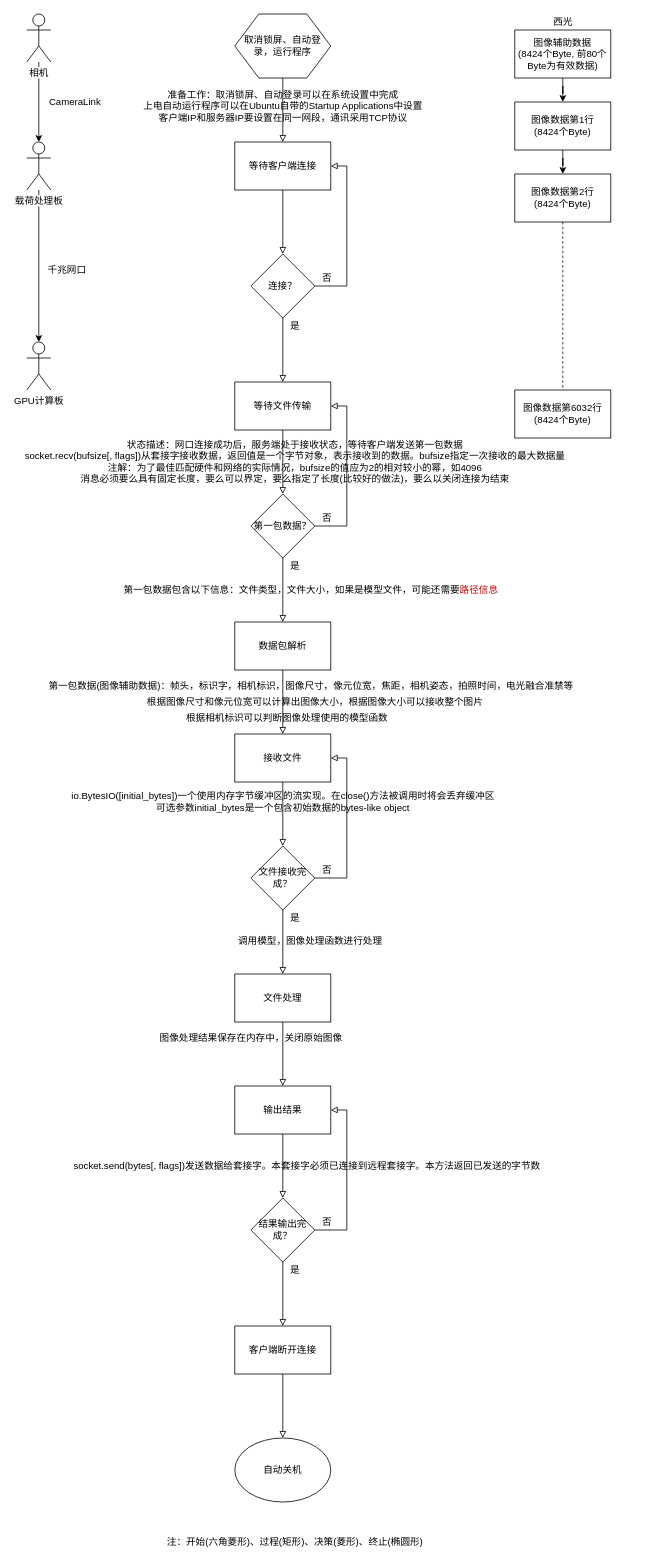
Above: 图像处理软件概要设计.drawio in hhwjsw711/image_process (draw.io), before the change. Source tidied: cells renumbered, new cells numbered last; positions are measured from the earlier drawing's top-left corner, leaving out a move shared by most shapes. Both pictures are drawn from the tidied source at 80%, with x=0, y=0 at pixel (18, 14).
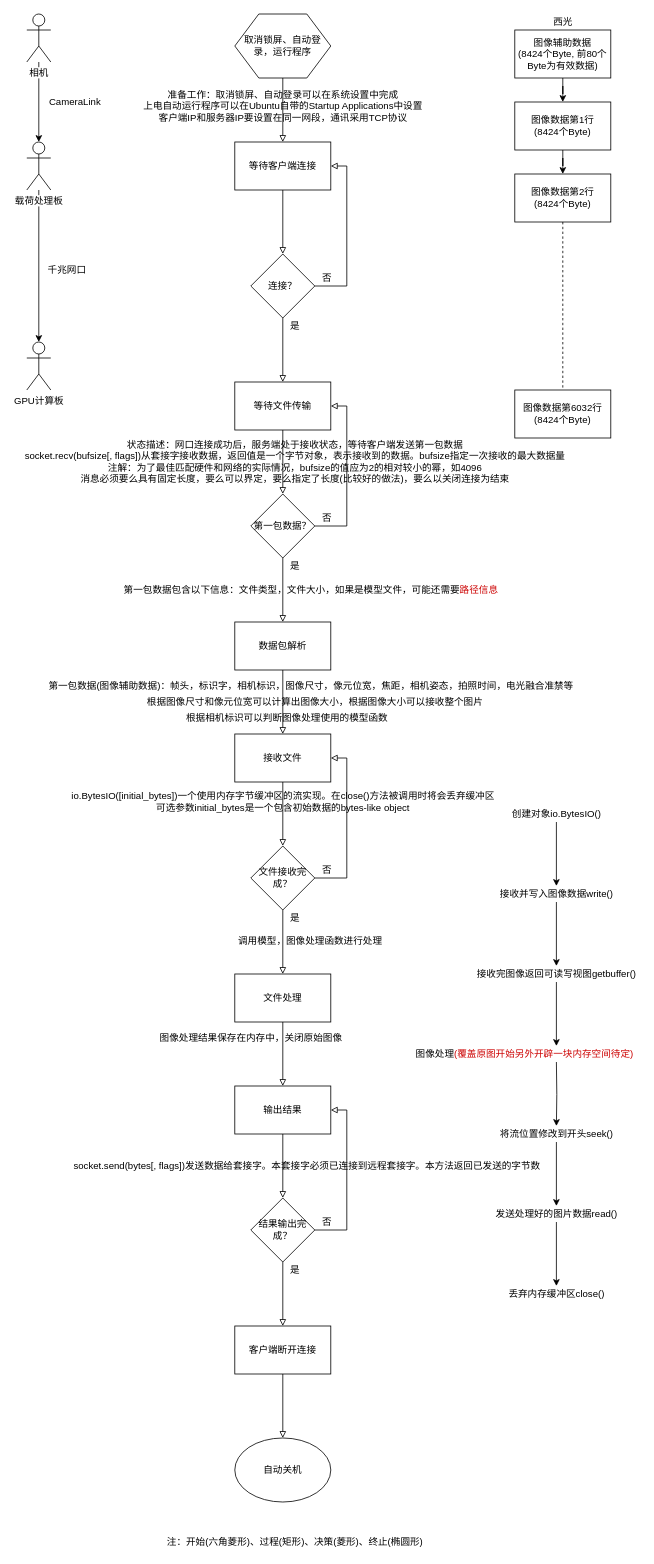
The same page after the edit.

Commit message:
更新图像处理软件概要设计.drawio

What changed in the source:
```diff
@@
+    <mxCell id="65" style="edgeStyle=orthogonalEdgeStyle;rounded=0;jettySize=auto;html=1;" parent="1" edge="1" source="66" target="68">
+      <mxGeometry relative="1" as="geometry" />
+    </mxCell>
+    <mxCell id="66" value="创建对象io.BytesIO()" style="text;html=1;align=center;verticalAlign=middle;points=[];" parent="1" vertex="1">
+      <mxGeometry x="607" y="990" width="130" height="20" as="geometry" />
+    </mxCell>
+    <mxCell id="67" style="edgeStyle=orthogonalEdgeStyle;rounded=0;jettySize=auto;html=1;" parent="1" edge="1" source="68" target="70">
+      <mxGeometry relative="1" as="geometry" />
+    </mxCell>
+    <mxCell id="68" value="接收并写入图像数据write()" style="text;html=1;align=center;verticalAlign=middle;points=[];" parent="1" vertex="1">
+      <mxGeometry x="592" y="1090" width="160" height="20" as="geometry" />
+    </mxCell>
+    <mxCell id="69" style="edgeStyle=orthogonalEdgeStyle;rounded=0;jettySize=auto;html=1;" parent="1" edge="1" source="70">
+      <mxGeometry relative="1" as="geometry">
+        <mxPoint x="672" y="1290" as="targetPoint" />
+      </mxGeometry>
+    </mxCell>
+    <mxCell id="70" value="接收完图像返回可读写视图getbuffer()" style="text;html=1;align=center;verticalAlign=middle;points=[];" parent="1" vertex="1">
+      <mxGeometry x="567" y="1190" width="210" height="20" as="geometry" />
+    </mxCell>
+    <mxCell id="71" style="edgeStyle=orthogonalEdgeStyle;rounded=0;jettySize=auto;html=1;" parent="1" edge="1" target="74">
+      <mxGeometry relative="1" as="geometry">
+        <mxPoint x="672" y="1310" as="sourcePoint" />
+      </mxGeometry>
+    </mxCell>
+    <mxCell id="72" value="图像处理&lt;font color=&quot;#cc0000&quot;&gt;(覆盖原图开始另外开辟一块内存空间待定)&lt;/font&gt;" style="text;html=1;align=center;verticalAlign=middle;" parent="1" vertex="1">
+      <mxGeometry x="487" y="1290" width="290" height="20" as="geometry" />
+    </mxCell>
+    <mxCell id="73" style="edgeStyle=orthogonalEdgeStyle;rounded=0;jettySize=auto;html=1;" parent="1" edge="1" source="74" target="76">
+      <mxGeometry relative="1" as="geometry" />
+    </mxCell>
+    <mxCell id="74" value="将流位置修改到开头seek()" style="text;html=1;align=center;verticalAlign=middle;points=[];" parent="1" vertex="1">
+      <mxGeometry x="592" y="1390" width="160" height="20" as="geometry" />
+    </mxCell>
+    <mxCell id="75" style="edgeStyle=orthogonalEdgeStyle;rounded=0;jettySize=auto;html=1;" parent="1" edge="1" source="76" target="77">
+      <mxGeometry relative="1" as="geometry" />
+    </mxCell>
+    <mxCell id="76" value="发送处理好的图片数据read()" style="text;html=1;align=center;verticalAlign=middle;points=[];" parent="1" vertex="1">
+      <mxGeometry x="587" y="1490" width="170" height="20" as="geometry" />
+    </mxCell>
+    <mxCell id="77" value="丢弃内存缓冲区close()" style="text;html=1;align=center;verticalAlign=middle;points=[];" parent="1" vertex="1">
+      <mxGeometry x="602" y="1590" width="140" height="20" as="geometry" />
+    </mxCell>
```
